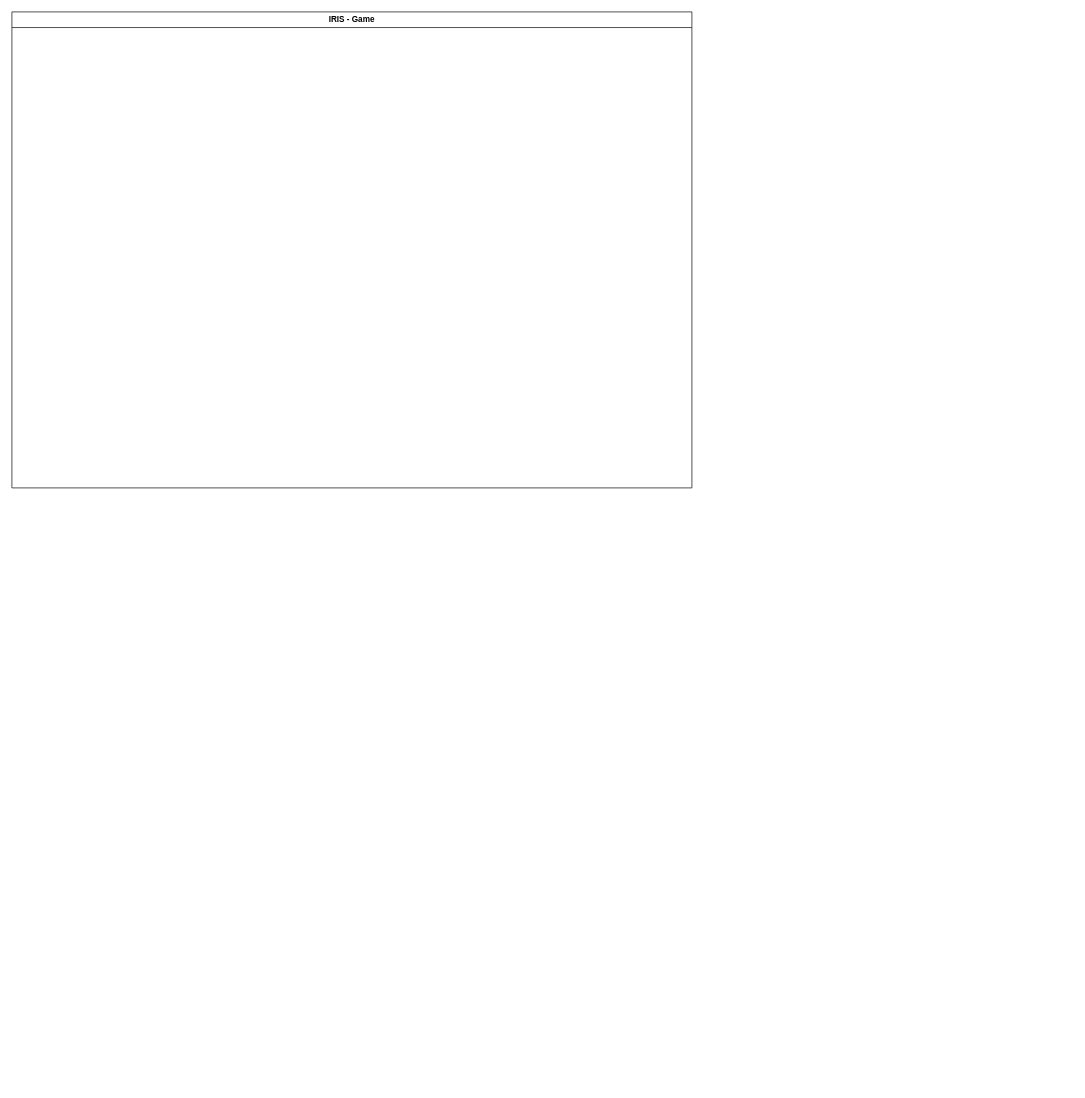
The draw.io diagram docs/iris-high_level_architecture.drawio in crimson-rain/iris, before the edit. Source tidied: cells renumbered, new cells numbered last; positions are measured from the earlier drawing's top-left corner, leaving out a move shared by most shapes. Both pictures are drawn from the tidied source at 68%, with x=0, y=0 at pixel (12, 12).
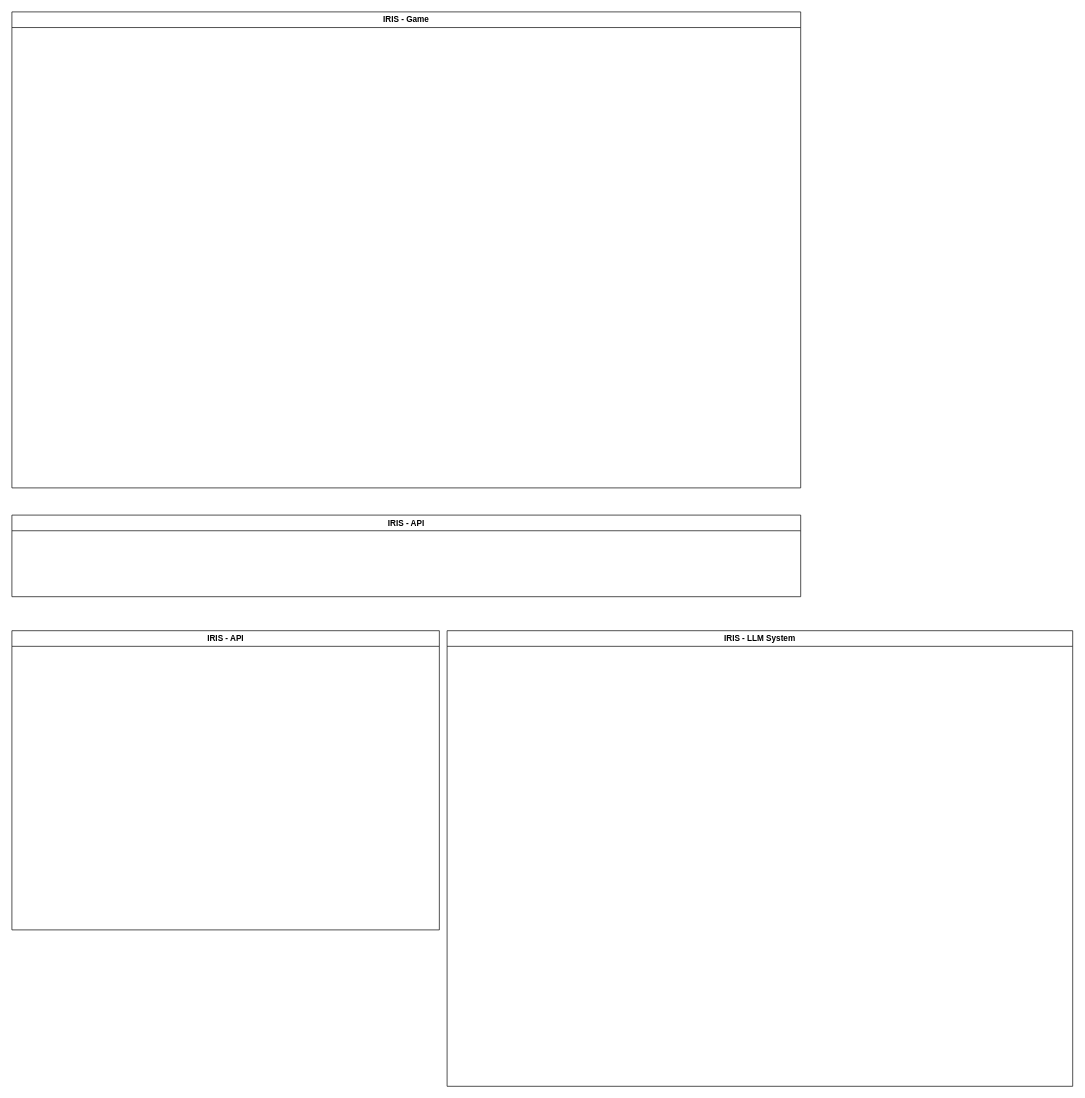
The same diagram, later.

Change to the diagram source:
```diff
@@
 <mxGraphModel>
   <root>
     <mxCell id="0" />
     <mxCell id="1" parent="0" />
     <mxCell id="2" value="IRIS - Game" style="swimlane;whiteSpace=wrap;html=1;" parent="1" vertex="1">
-      <mxGeometry width="1000" height="700" as="geometry" />
+      <mxGeometry width="1160" height="700" as="geometry" />
     </mxCell>
+    <mxCell id="3" value="&lt;div&gt;IRIS - API&lt;/div&gt;" style="swimlane;whiteSpace=wrap;html=1;" parent="1" vertex="1">
+      <mxGeometry y="910" width="628.6" height="440" as="geometry" />
+    </mxCell>
+    <mxCell id="4" value="IRIS - LLM System" style="swimlane;whiteSpace=wrap;html=1;" parent="1" vertex="1">
+      <mxGeometry x="640" y="910" width="920" height="670" as="geometry" />
+    </mxCell>
+    <mxCell id="5" value="&lt;div&gt;IRIS - API&lt;/div&gt;" style="swimlane;whiteSpace=wrap;html=1;" parent="1" vertex="1">
+      <mxGeometry y="740" width="1160" height="120" as="geometry" />
+    </mxCell>
   </root>
 </mxGraphModel>
```
